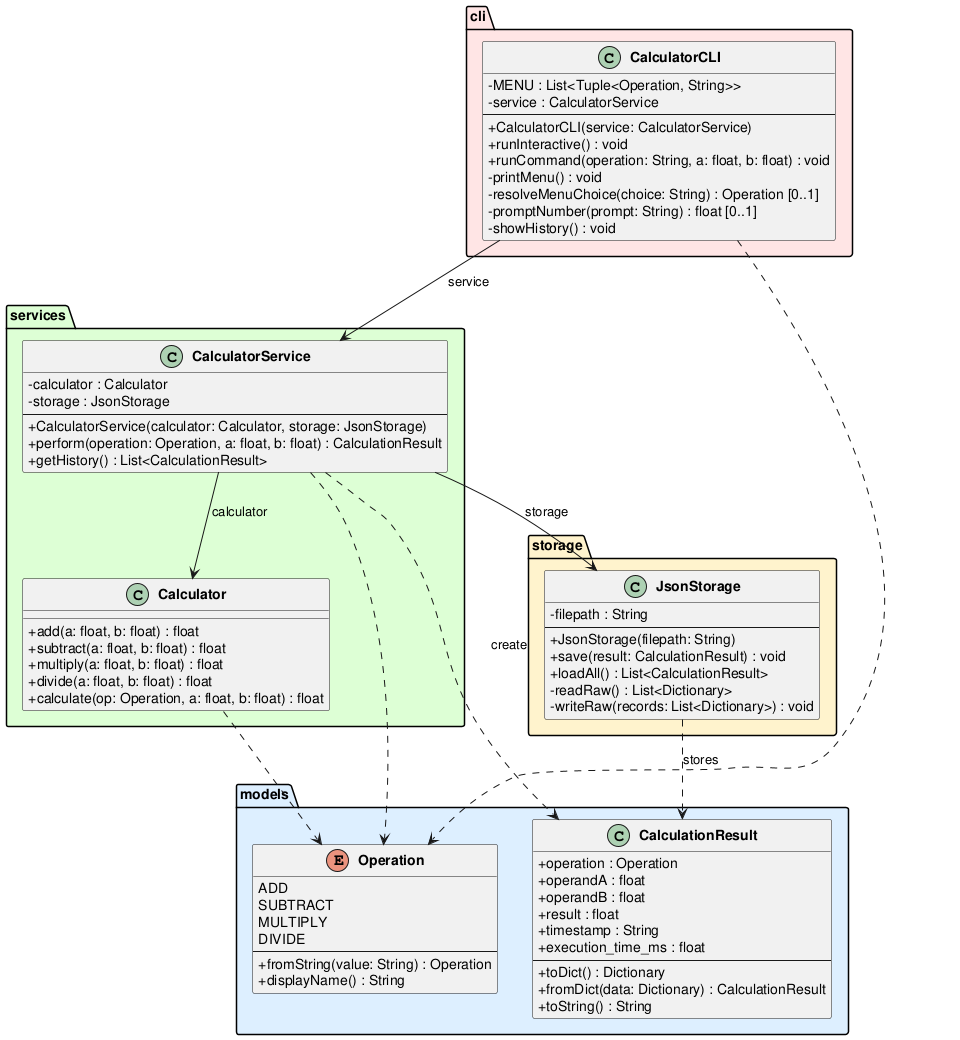
Above: experiments/pipeline/test_driven/calculator/artifacts/class_diagram.png in DanielRiha8906/Software_autoevolution_using_agents (PlantUML), before the change.
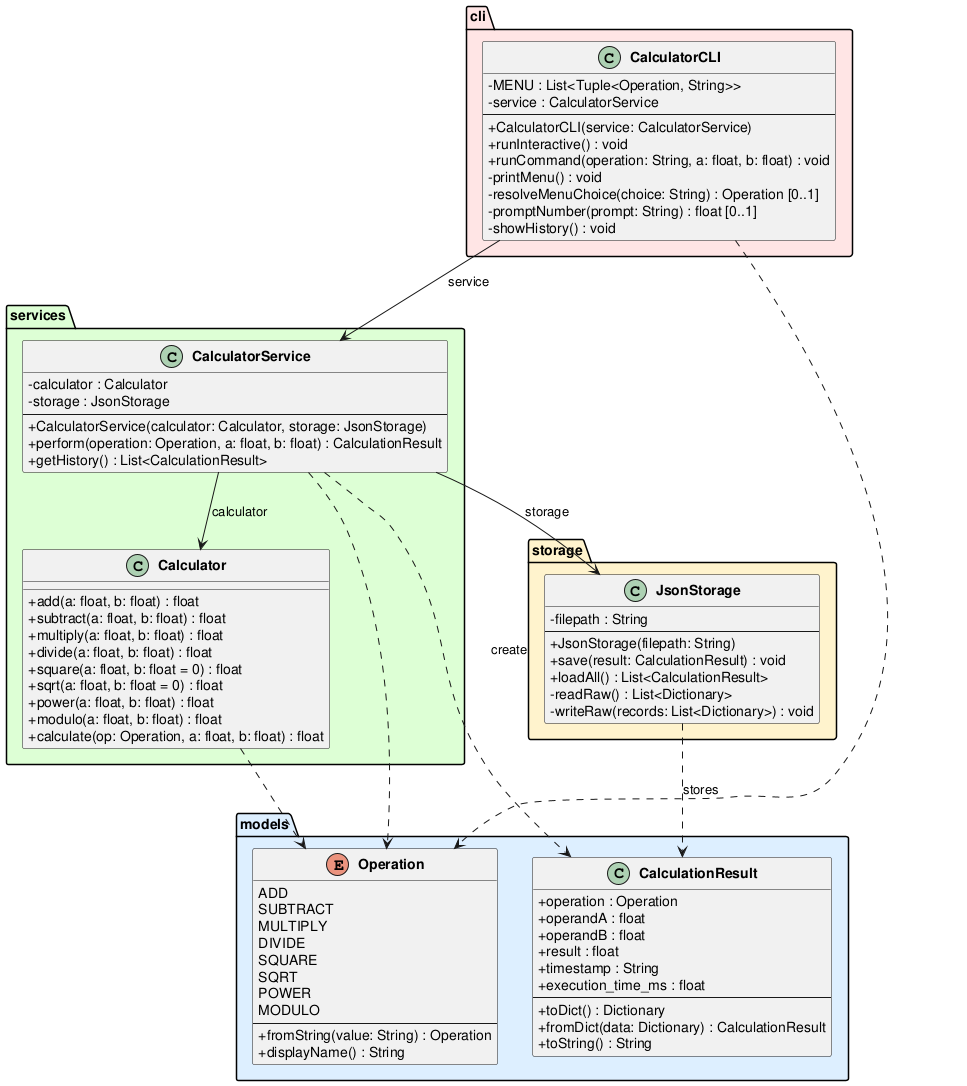
The same diagram one commit later.

What changed in the source:
```diff
@@ -9,6 +9,10 @@
         SUBTRACT
         MULTIPLY
         DIVIDE
+        SQUARE
+        SQRT
+        POWER
+        MODULO
         --
         +fromString(value: String) : Operation
         +displayName() : String
@@ -34,6 +38,10 @@
         +subtract(a: float, b: float) : float
         +multiply(a: float, b: float) : float
         +divide(a: float, b: float) : float
+        +square(a: float, b: float = 0) : float
+        +sqrt(a: float, b: float = 0) : float
+        +power(a: float, b: float) : float
+        +modulo(a: float, b: float) : float
         +calculate(op: Operation, a: float, b: float) : float
     }
 
```
